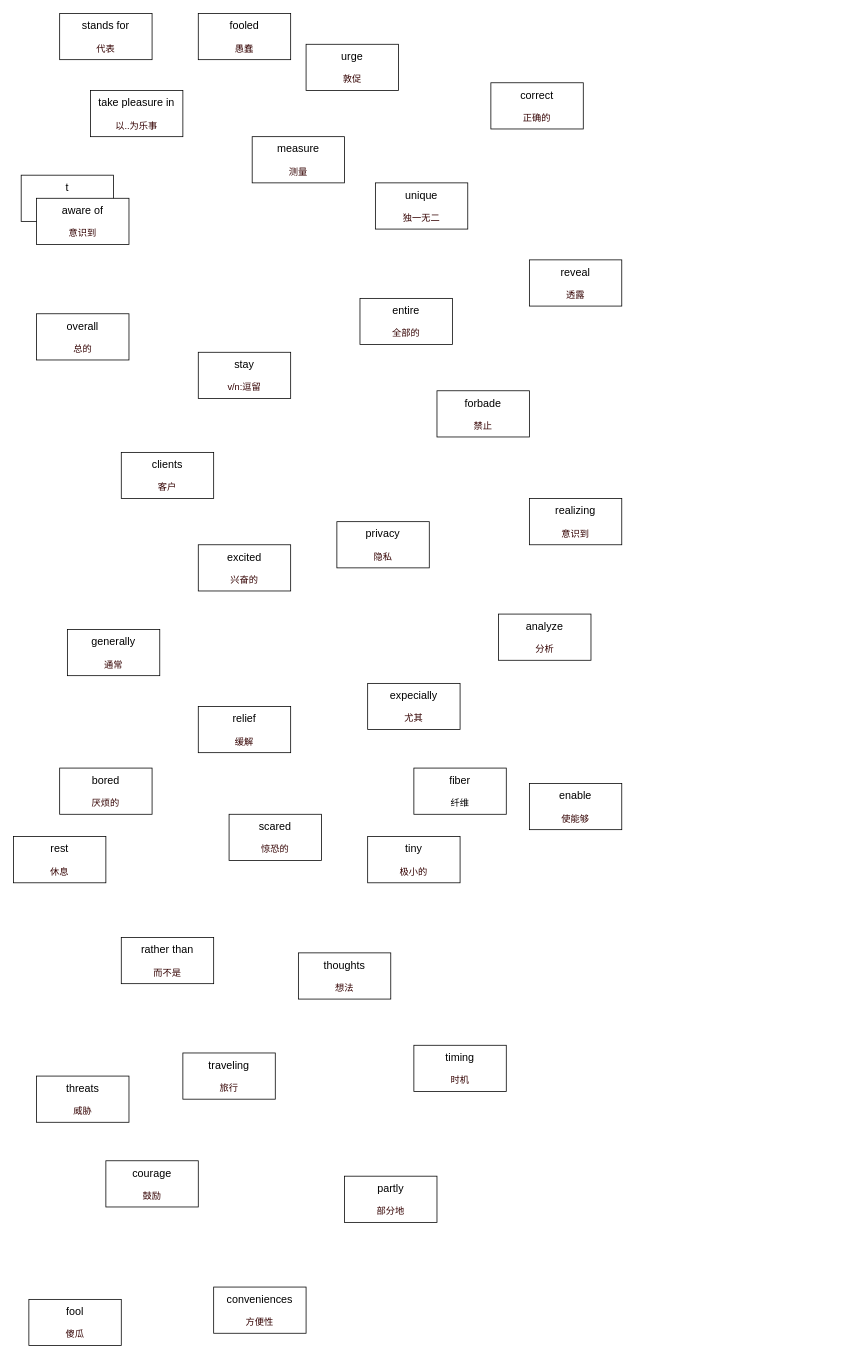
Earlier version of the draw.io diagram ocean.drawio (banBlue/drawio). Source tidied: cells renumbered, new cells numbered last; positions are measured from the earlier drawing's top-left corner, leaving out a move shared by most shapes. Both pictures are drawn from the tidied source at 77%, with x=0, y=0 at pixel (13, 13).
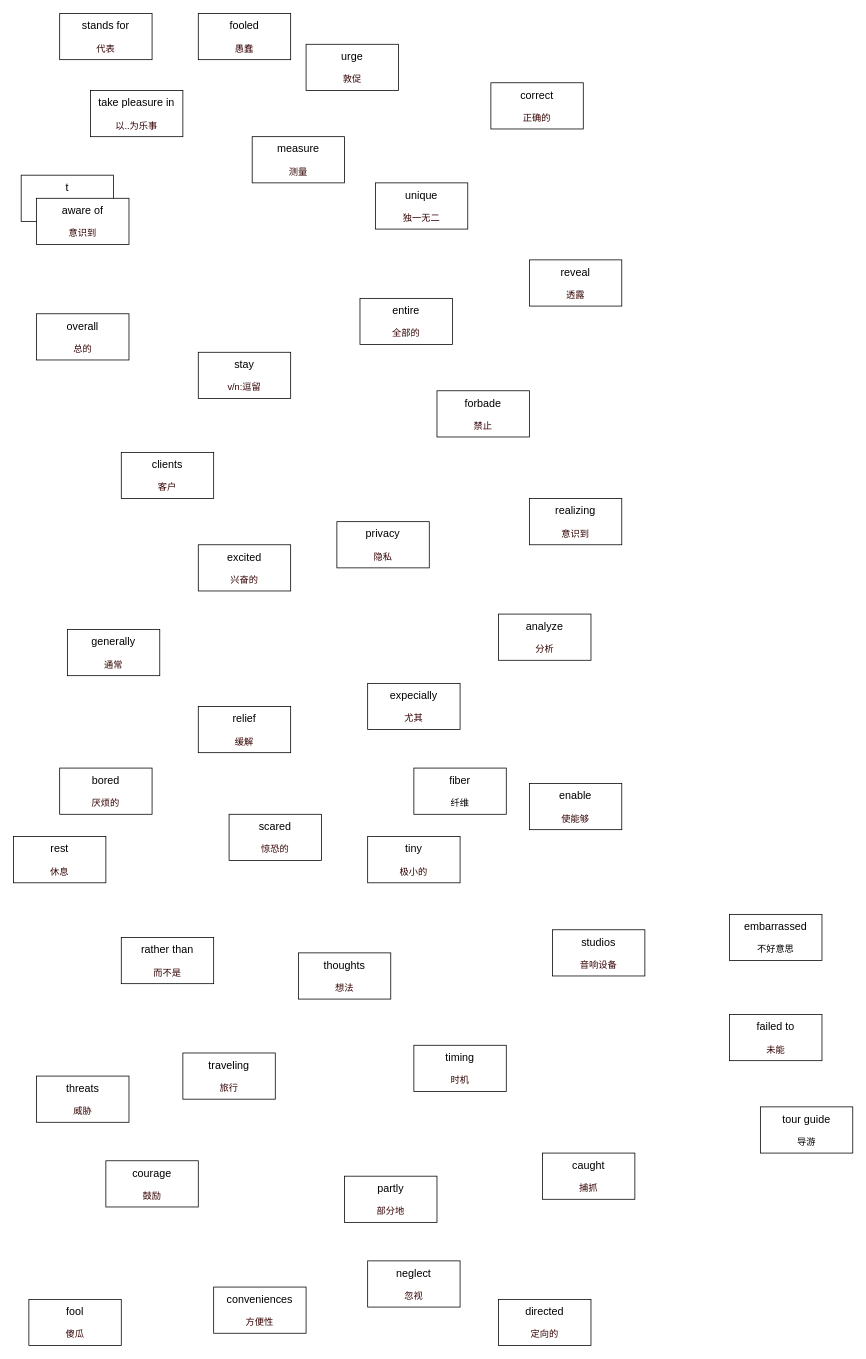
The same diagram, later.

The edit, as a diff of the source:
```diff
@@
+    <mxCell id="39" value="&lt;font style=&quot;font-size: 14px&quot;&gt;caught&lt;br&gt;&lt;/font&gt;&lt;br&gt;&lt;font color=&quot;#330000&quot;&gt;捕抓&lt;/font&gt;" style="rounded=0;whiteSpace=wrap;html=1;" parent="1" vertex="1">
+      <mxGeometry x="687" y="1480" width="120" height="60" as="geometry" />
+    </mxCell>
+    <mxCell id="40" value="&lt;font style=&quot;font-size: 14px&quot;&gt;directed&lt;br&gt;&lt;/font&gt;&lt;br&gt;&lt;font color=&quot;#330000&quot;&gt;定向的&lt;/font&gt;" style="rounded=0;whiteSpace=wrap;html=1;" parent="1" vertex="1">
+      <mxGeometry x="630" y="1670" width="120" height="60" as="geometry" />
+    </mxCell>
+    <mxCell id="41" value="&lt;font style=&quot;font-size: 14px&quot;&gt;neglect&lt;br&gt;&lt;/font&gt;&lt;br&gt;&lt;font color=&quot;#330000&quot;&gt;忽视&lt;/font&gt;" style="rounded=0;whiteSpace=wrap;html=1;" parent="1" vertex="1">
+      <mxGeometry x="460" y="1620" width="120" height="60" as="geometry" />
+    </mxCell>
+    <mxCell id="42" value="&lt;font style=&quot;font-size: 14px&quot;&gt;studios&lt;br&gt;&lt;/font&gt;&lt;br&gt;&lt;font color=&quot;#330000&quot;&gt;音响设备&lt;/font&gt;" style="rounded=0;whiteSpace=wrap;html=1;" parent="1" vertex="1">
+      <mxGeometry x="700" y="1190" width="120" height="60" as="geometry" />
+    </mxCell>
+    <mxCell id="43" value="&lt;font style=&quot;font-size: 14px&quot;&gt;failed to&lt;br&gt;&lt;/font&gt;&lt;br&gt;&lt;font color=&quot;#330000&quot;&gt;未能&lt;/font&gt;" style="rounded=0;whiteSpace=wrap;html=1;" parent="1" vertex="1">
+      <mxGeometry x="930" y="1300" width="120" height="60" as="geometry" />
+    </mxCell>
+    <mxCell id="44" value="&lt;font style=&quot;font-size: 14px&quot;&gt;embarrassed&lt;br&gt;&lt;/font&gt;&lt;br&gt;不好意思" style="rounded=0;whiteSpace=wrap;html=1;" parent="1" vertex="1">
+      <mxGeometry x="930" y="1170" width="120" height="60" as="geometry" />
+    </mxCell>
+    <mxCell id="45" value="&lt;font style=&quot;font-size: 14px&quot;&gt;tour guide&lt;br&gt;&lt;/font&gt;&lt;br&gt;导游" style="rounded=0;whiteSpace=wrap;html=1;" parent="1" vertex="1">
+      <mxGeometry x="970" y="1420" width="120" height="60" as="geometry" />
+    </mxCell>
```
